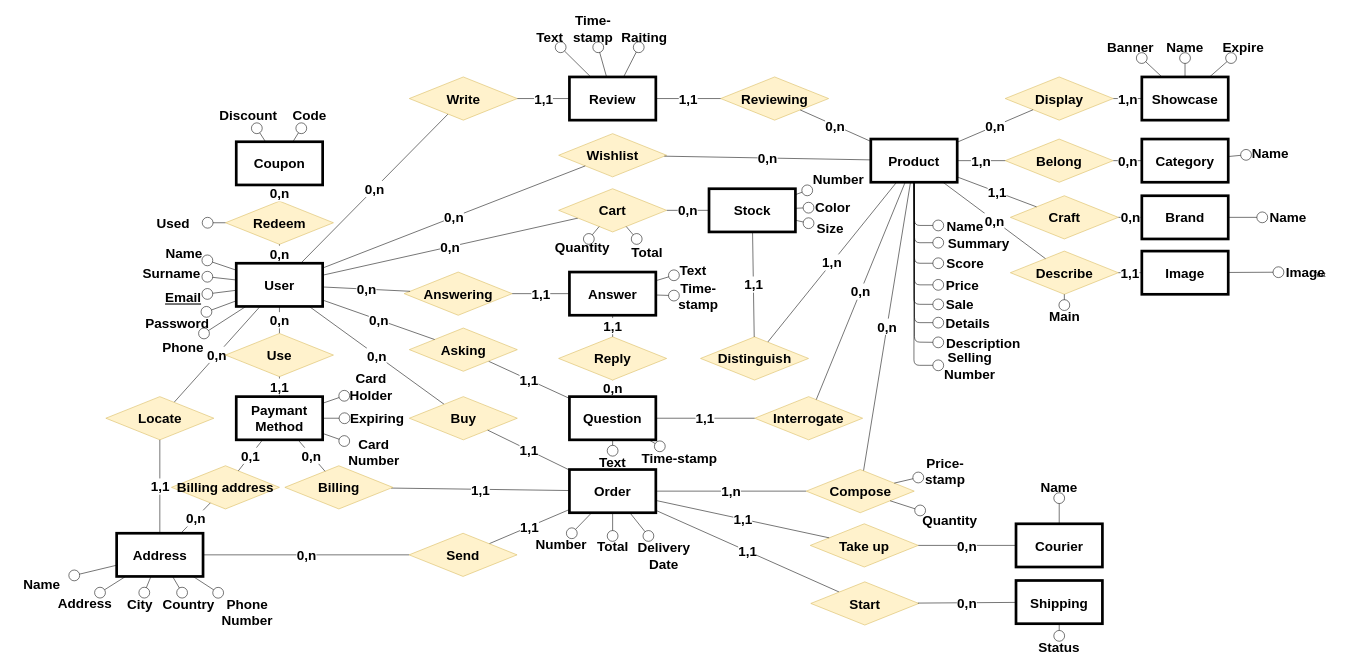
The draw.io diagram Tecnologie del web.drawio in Coccio98/Tecnologie-del-web, before the edit. Source tidied: cells renumbered, new cells numbered last; positions are measured from the earlier drawing's top-left corner, leaving out a move shared by most shapes. Both pictures are drawn from the tidied source at 54%, with x=0, y=0 at pixel (9, 9).
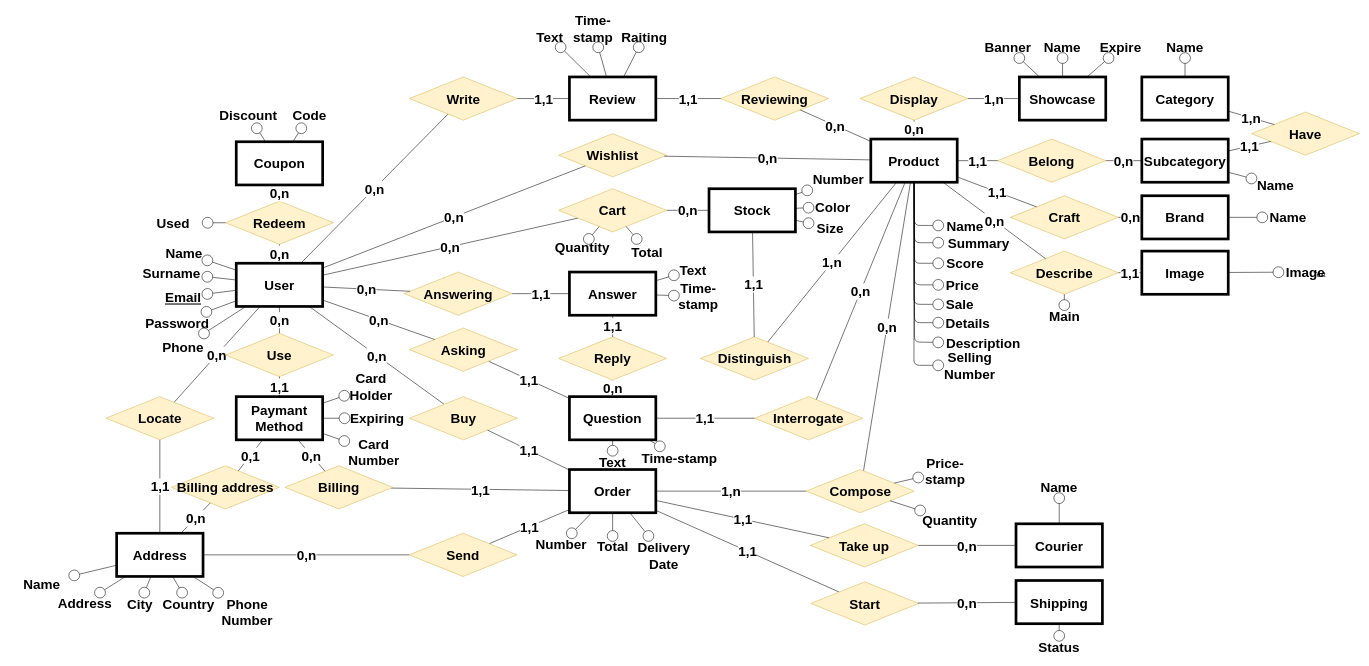
The same diagram, later.

The change refers to these unchanged cells:
```xml
<mxCell id="81" value="Product" style="rounded=0;whiteSpace=wrap;html=1;fontSize=25;fontStyle=1;strokeWidth=5;" parent="1" vertex="1">
  <mxGeometry x="1595.1" y="240" width="160" height="80" as="geometry" />
</mxCell>
```

Change to the diagram source:
```diff
@@
     <mxCell id="40" value="Belong" style="rhombus;whiteSpace=wrap;html=1;fontSize=25;fontStyle=1;fillColor=#fff2cc;strokeColor=#d6b656;" parent="1" vertex="1">
-      <mxGeometry x="1844" y="240" width="200" height="80" as="geometry" />
+      <mxGeometry x="1830.3" y="240" width="200" height="80" as="geometry" />
     </mxCell>
-    <mxCell id="41" value="1,n" style="endArrow=none;html=1;fontSize=25;fontStyle=1;" parent="1" edge="1" source="81" target="40">
+    <mxCell id="41" value="1,1" style="endArrow=none;html=1;fontSize=25;fontStyle=1;" parent="1" edge="1" source="81" target="40">
       <mxGeometry relative="1" as="geometry" />
     </mxCell>
     <mxCell id="42" value="Display" style="rhombus;whiteSpace=wrap;html=1;fontSize=25;fontStyle=1;fillColor=#fff2cc;strokeColor=#d6b656;" parent="1" vertex="1">
-      <mxGeometry x="1844" y="125" width="200" height="80" as="geometry" />
+      <mxGeometry x="1575.1" y="125" width="200" height="80" as="geometry" />
     </mxCell>
@@
     <mxCell id="85" value="Showcase" style="rounded=0;whiteSpace=wrap;html=1;fontSize=25;fontStyle=1;strokeWidth=5;" parent="1" vertex="1">
-      <mxGeometry x="2097" y="125" width="160" height="80" as="geometry" />
+      <mxGeometry x="1870.2" y="125" width="160" height="80" as="geometry" />
     </mxCell>
-    <mxCell id="86" value="Category" style="rounded=0;whiteSpace=wrap;html=1;fontSize=25;fontStyle=1;strokeWidth=5;" parent="1" vertex="1">
+    <mxCell id="86" value="Subcategory" style="rounded=0;whiteSpace=wrap;html=1;fontSize=25;fontStyle=1;strokeWidth=5;" parent="1" vertex="1">
       <mxGeometry x="2097" y="240" width="160" height="80" as="geometry" />
     </mxCell>
@@
     <mxCell id="135" value="Name" style="text;html=1;strokeColor=none;fillColor=none;align=center;verticalAlign=middle;whiteSpace=wrap;rounded=0;fontSize=25;fontStyle=1;" parent="1" vertex="1">
-      <mxGeometry x="2290" y="245" width="89.5" height="40" as="geometry" />
+      <mxGeometry x="2300" y="305" width="89.5" height="40" as="geometry" />
     </mxCell>
@@
     <mxCell id="137" value="Banner" style="text;html=1;strokeColor=none;fillColor=none;align=center;verticalAlign=middle;whiteSpace=wrap;rounded=0;fontSize=25;fontStyle=1;" parent="1" vertex="1">
-      <mxGeometry x="2030.5" y="50" width="90" height="40" as="geometry" />
+      <mxGeometry x="1803.8" y="50" width="90" height="40" as="geometry" />
     </mxCell>
@@
     <mxCell id="139" value="Name" style="text;html=1;strokeColor=none;fillColor=none;align=center;verticalAlign=middle;whiteSpace=wrap;rounded=0;fontSize=25;fontStyle=1;" parent="1" vertex="1">
-      <mxGeometry x="2132" y="50" width="90" height="40" as="geometry" />
+      <mxGeometry x="1905.2" y="50" width="90" height="40" as="geometry" />
     </mxCell>
@@
     <mxCell id="174" value="Expire" style="text;html=1;strokeColor=none;fillColor=none;align=center;verticalAlign=middle;whiteSpace=wrap;rounded=0;fontSize=25;fontStyle=1;" parent="1" vertex="1">
-      <mxGeometry x="2240" y="50" width="90" height="40" as="geometry" />
+      <mxGeometry x="2013.2" y="50" width="90" height="40" as="geometry" />
     </mxCell>
@@
+    <mxCell id="188" value="Category" style="rounded=0;whiteSpace=wrap;html=1;fontSize=25;fontStyle=1;strokeWidth=5;" parent="1" vertex="1">
+      <mxGeometry x="2097" y="125" width="160" height="80" as="geometry" />
+    </mxCell>
+    <mxCell id="189" value="Have" style="rhombus;whiteSpace=wrap;html=1;fontSize=25;fontStyle=1;fillColor=#fff2cc;strokeColor=#d6b656;" parent="1" vertex="1">
+      <mxGeometry x="2300" y="190" width="200" height="80" as="geometry" />
+    </mxCell>
+    <mxCell id="190" style="endArrow=none;html=1;fontSize=15;startArrow=oval;startFill=0;strokeWidth=1;startSize=20;" parent="1" edge="1" source="191" target="188">
+      <mxGeometry relative="1" as="geometry" />
+    </mxCell>
+    <mxCell id="191" value="Name" style="text;html=1;strokeColor=none;fillColor=none;align=center;verticalAlign=middle;whiteSpace=wrap;rounded=0;fontSize=25;fontStyle=1;" parent="1" vertex="1">
+      <mxGeometry x="2132.2" y="50" width="89.5" height="40" as="geometry" />
+    </mxCell>
+    <mxCell id="192" value="1,n" style="endArrow=none;html=1;fontSize=25;fontStyle=1;" parent="1" edge="1" source="188" target="189">
+      <mxGeometry relative="1" as="geometry" />
+    </mxCell>
+    <mxCell id="193" value="1,1" style="endArrow=none;html=1;fontSize=25;fontStyle=1;" parent="1" edge="1" source="86" target="189">
+      <mxGeometry relative="1" as="geometry" />
+    </mxCell>
```
